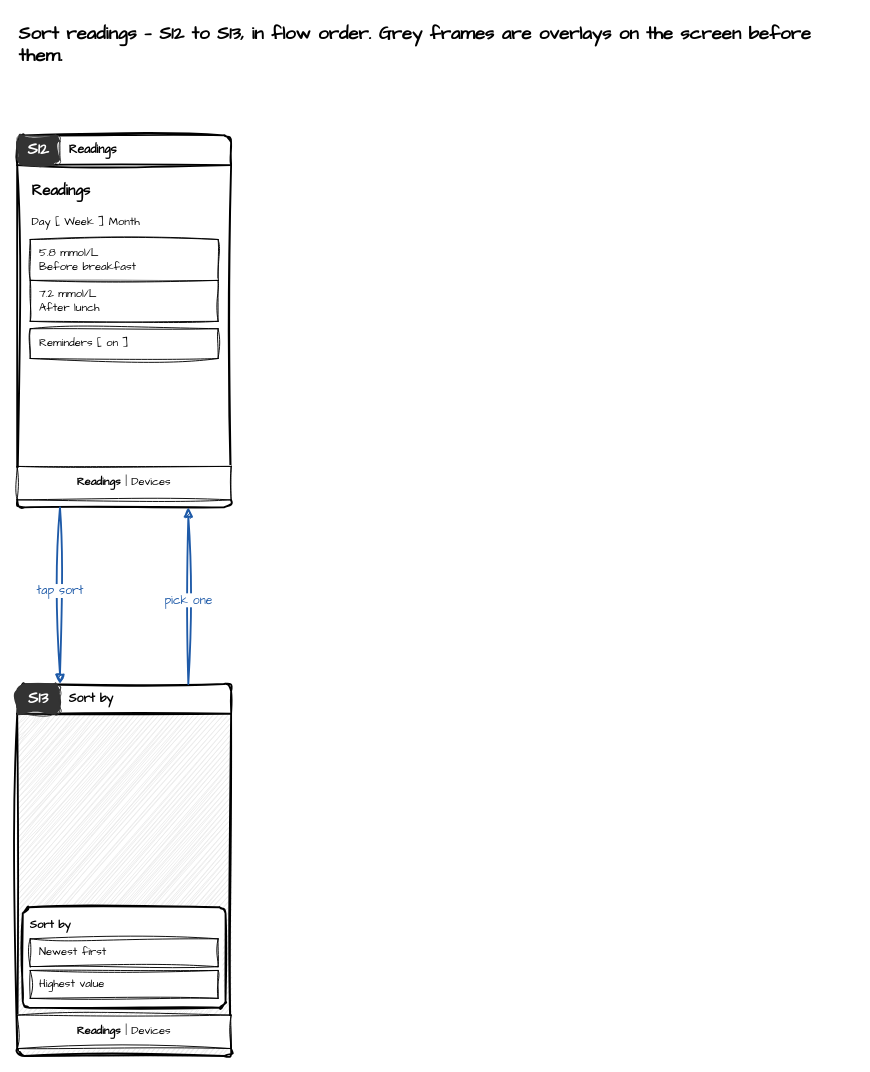
Above: page "Sort readings" (2 of 2) of docs/examples/pair-a-meter/wireflow.drawio in AnilDeshpande/codetutor-mobile-prototyper (draw.io), before the change. Source tidied: cells renumbered, new cells numbered last; positions are measured from the earlier drawing's top-left corner, leaving out a move shared by most shapes. Both pictures are drawn from the tidied source at 93%, with x=0, y=0 at pixel (17, 16).
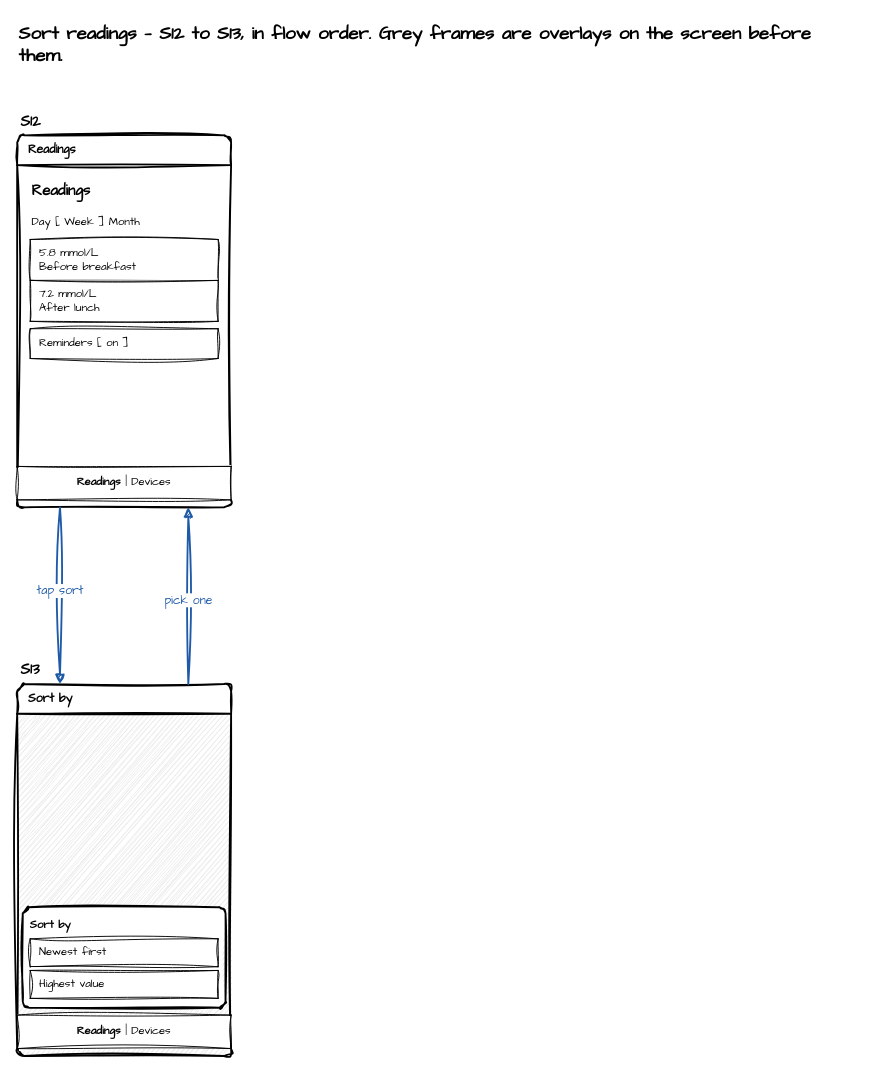
The same page after the edit.

The edit, as a diff of the source:
```diff
@@
 <mxGraphModel>
   <root>
     <mxCell id="0" />
     <mxCell id="1" parent="0" />
     <mxCell id="2" value="Sort readings — S12 to S13, in flow order.  Grey frames are overlays on the screen before them." style="sketch=1;curveFitting=1;jiggle=2;hachureGap=4;fontFamily=Architects Daughter;html=1;whiteSpace=wrap;text;align=left;fontSize=20;fontStyle=1;strokeColor=none;fillColor=none;" parent="1" vertex="1">
       <mxGeometry width="900" height="34" as="geometry" />
     </mxCell>
-    <mxCell id="3" value="Readings" style="sketch=1;curveFitting=1;jiggle=2;hachureGap=4;fontFamily=Architects Daughter;html=1;whiteSpace=wrap;swimlane;startSize=32;rounded=1;arcSize=8;strokeWidth=2;align=left;spacingLeft=54;fontSize=13;fontStyle=1;fillColor=#ffffff;swimlaneFillColor=#ffffff;" parent="1" vertex="1">
+    <mxCell id="3" value="Readings" style="sketch=1;curveFitting=1;jiggle=2;hachureGap=4;fontFamily=Architects Daughter;html=1;whiteSpace=wrap;swimlane;startSize=32;rounded=1;arcSize=8;strokeWidth=2;align=left;spacingLeft=10;fontSize=13;fontStyle=1;fillColor=#ffffff;swimlaneFillColor=#ffffff;" parent="1" vertex="1">
       <mxGeometry y="128" width="230" height="400" as="geometry" />
     </mxCell>
-    <mxCell id="4" value="&lt;b&gt;S12&lt;/b&gt;" style="sketch=1;curveFitting=1;jiggle=2;hachureGap=4;fontFamily=Architects Daughter;html=1;whiteSpace=wrap;rounded=1;arcSize=20;fontSize=17;fillColor=#333333;fillStyle=solid;strokeColor=#333333;fontColor=#ffffff;" parent="3" vertex="1">
-      <mxGeometry width="46" height="32" as="geometry" />
+    <mxCell id="4" value="&lt;b&gt;S12&lt;/b&gt;" style="sketch=1;curveFitting=1;jiggle=2;hachureGap=4;fontFamily=Architects Daughter;html=1;whiteSpace=wrap;text;align=left;verticalAlign=middle;fontSize=16;strokeColor=none;fillColor=none;" parent="3" vertex="1">
+      <mxGeometry x="2" y="-26" width="50" height="22" as="geometry" />
     </mxCell>
     <mxCell id="5" value="Readings" style="sketch=1;curveFitting=1;jiggle=2;hachureGap=4;fontFamily=Architects Daughter;html=1;whiteSpace=wrap;text;strokeColor=none;fillColor=none;align=left;fontSize=16;fontStyle=1;" parent="3" vertex="1">
       <mxGeometry x="14" y="44" width="202" height="28" as="geometry" />
     </mxCell>
     <mxCell id="6" value="Day   [ Week ]   Month" style="sketch=1;curveFitting=1;jiggle=2;hachureGap=4;fontFamily=Architects Daughter;html=1;whiteSpace=wrap;text;strokeColor=none;fillColor=none;align=left;fontSize=12;" parent="3" vertex="1">
       <mxGeometry x="14" y="80" width="202" height="24" as="geometry" />
     </mxCell>
     <mxCell id="7" value="5.8 mmol/L&lt;br&gt;Before breakfast" style="sketch=1;curveFitting=1;jiggle=2;hachureGap=4;fontFamily=Architects Daughter;html=1;whiteSpace=wrap;rounded=0;align=left;spacingLeft=8;fontSize=12;fillColor=#ffffff;" parent="3" vertex="1">
       <mxGeometry x="14" y="112" width="202" height="44" as="geometry" />
     </mxCell>
     <mxCell id="8" value="7.2 mmol/L&lt;br&gt;After lunch" style="sketch=1;curveFitting=1;jiggle=2;hachureGap=4;fontFamily=Architects Daughter;html=1;whiteSpace=wrap;rounded=0;align=left;spacingLeft=8;fontSize=12;fillColor=#ffffff;" parent="3" vertex="1">
       <mxGeometry x="14" y="156" width="202" height="44" as="geometry" />
     </mxCell>
     <mxCell id="9" value="Reminders   [ on ]" style="sketch=1;curveFitting=1;jiggle=2;hachureGap=4;fontFamily=Architects Daughter;html=1;whiteSpace=wrap;rounded=0;align=left;spacingLeft=8;fontSize=12;fillColor=#ffffff;" parent="3" vertex="1">
       <mxGeometry x="14" y="208" width="202" height="32" as="geometry" />
     </mxCell>
     <mxCell id="10" value="&lt;b&gt;Readings&lt;/b&gt;   |   Devices" style="sketch=1;curveFitting=1;jiggle=2;hachureGap=4;fontFamily=Architects Daughter;html=1;whiteSpace=wrap;rounded=0;fontSize=12;fillColor=#ffffff;" parent="3" vertex="1">
       <mxGeometry y="356" width="230" height="36" as="geometry" />
     </mxCell>
-    <mxCell id="11" value="Sort by" style="sketch=1;curveFitting=1;jiggle=2;hachureGap=4;fontFamily=Architects Daughter;html=1;whiteSpace=wrap;swimlane;startSize=32;rounded=1;arcSize=8;strokeWidth=2;align=left;spacingLeft=54;fontSize=13;fontStyle=1;fillColor=#ffffff;swimlaneFillColor=#ececec;" parent="1" vertex="1">
+    <mxCell id="11" value="Sort by" style="sketch=1;curveFitting=1;jiggle=2;hachureGap=4;fontFamily=Architects Daughter;html=1;whiteSpace=wrap;swimlane;startSize=32;rounded=1;arcSize=8;strokeWidth=2;align=left;spacingLeft=10;fontSize=13;fontStyle=1;fillColor=#ffffff;swimlaneFillColor=#ececec;" parent="1" vertex="1">
       <mxGeometry y="718" width="230" height="400" as="geometry" />
     </mxCell>
-    <mxCell id="12" value="&lt;b&gt;S13&lt;/b&gt;" style="sketch=1;curveFitting=1;jiggle=2;hachureGap=4;fontFamily=Architects Daughter;html=1;whiteSpace=wrap;rounded=1;arcSize=20;fontSize=17;fillColor=#333333;fillStyle=solid;strokeColor=#333333;fontColor=#ffffff;" parent="11" vertex="1">
-      <mxGeometry width="46" height="32" as="geometry" />
+    <mxCell id="12" value="&lt;b&gt;S13&lt;/b&gt;" style="sketch=1;curveFitting=1;jiggle=2;hachureGap=4;fontFamily=Architects Daughter;html=1;whiteSpace=wrap;text;align=left;verticalAlign=middle;fontSize=16;strokeColor=none;fillColor=none;" parent="11" vertex="1">
+      <mxGeometry x="2" y="-26" width="50" height="22" as="geometry" />
     </mxCell>
     <mxCell id="13" value="&lt;b&gt;Readings&lt;/b&gt;   |   Devices" style="sketch=1;curveFitting=1;jiggle=2;hachureGap=4;fontFamily=Architects Daughter;html=1;whiteSpace=wrap;rounded=0;fontSize=12;fillColor=#ffffff;" parent="11" vertex="1">
       <mxGeometry y="356" width="230" height="36" as="geometry" />
     </mxCell>
     <mxCell id="14" value="&lt;b&gt;Sort by&lt;/b&gt;" style="sketch=1;curveFitting=1;jiggle=2;hachureGap=4;fontFamily=Architects Daughter;html=1;whiteSpace=wrap;rounded=1;arcSize=6;align=left;verticalAlign=top;spacing=8;fontSize=12;fillColor=#ffffff;strokeWidth=2;" parent="11" vertex="1">
       <mxGeometry x="6" y="240" width="218" height="108" as="geometry" />
     </mxCell>
     <mxCell id="15" value="Newest first" style="sketch=1;curveFitting=1;jiggle=2;hachureGap=4;fontFamily=Architects Daughter;html=1;whiteSpace=wrap;rounded=0;align=left;spacingLeft=8;fontSize=12;fillColor=#ffffff;" parent="11" vertex="1">
       <mxGeometry x="14" y="274" width="202" height="30" as="geometry" />
     </mxCell>
     <mxCell id="16" value="Highest value" style="sketch=1;curveFitting=1;jiggle=2;hachureGap=4;fontFamily=Architects Daughter;html=1;whiteSpace=wrap;rounded=0;align=left;spacingLeft=8;fontSize=12;fillColor=#ffffff;" parent="11" vertex="1">
       <mxGeometry x="14" y="308" width="202" height="30" as="geometry" />
     </mxCell>
     <mxCell id="17" value="tap sort" style="sketch=1;curveFitting=1;jiggle=2;hachureGap=4;fontFamily=Architects Daughter;html=1;whiteSpace=wrap;edgeStyle=orthogonalEdgeStyle;rounded=1;endArrow=block;endFill=1;strokeWidth=2;strokeColor=#1e5aa8;fontColor=#1e5aa8;fontSize=13;labelBackgroundColor=#ffffff;whiteSpace=nowrap;exitX=0.2;exitY=1;exitDx=0;exitDy=0;entryX=0.2;entryY=0;entryDx=0;entryDy=0;" parent="1" edge="1" source="3" target="11">
       <mxGeometry x="-0.05" relative="1" as="geometry" />
     </mxCell>
     <mxCell id="18" value="pick one" style="sketch=1;curveFitting=1;jiggle=2;hachureGap=4;fontFamily=Architects Daughter;html=1;whiteSpace=wrap;edgeStyle=orthogonalEdgeStyle;rounded=1;endArrow=block;endFill=1;strokeWidth=2;strokeColor=#1e5aa8;fontColor=#1e5aa8;fontSize=13;labelBackgroundColor=#ffffff;whiteSpace=nowrap;exitX=0.8;exitY=0;exitDx=0;exitDy=0;entryX=0.8;entryY=1;entryDx=0;entryDy=0;" parent="1" edge="1" source="11" target="3">
       <mxGeometry x="-0.05" relative="1" as="geometry" />
     </mxCell>
   </root>
 </mxGraphModel>
```
